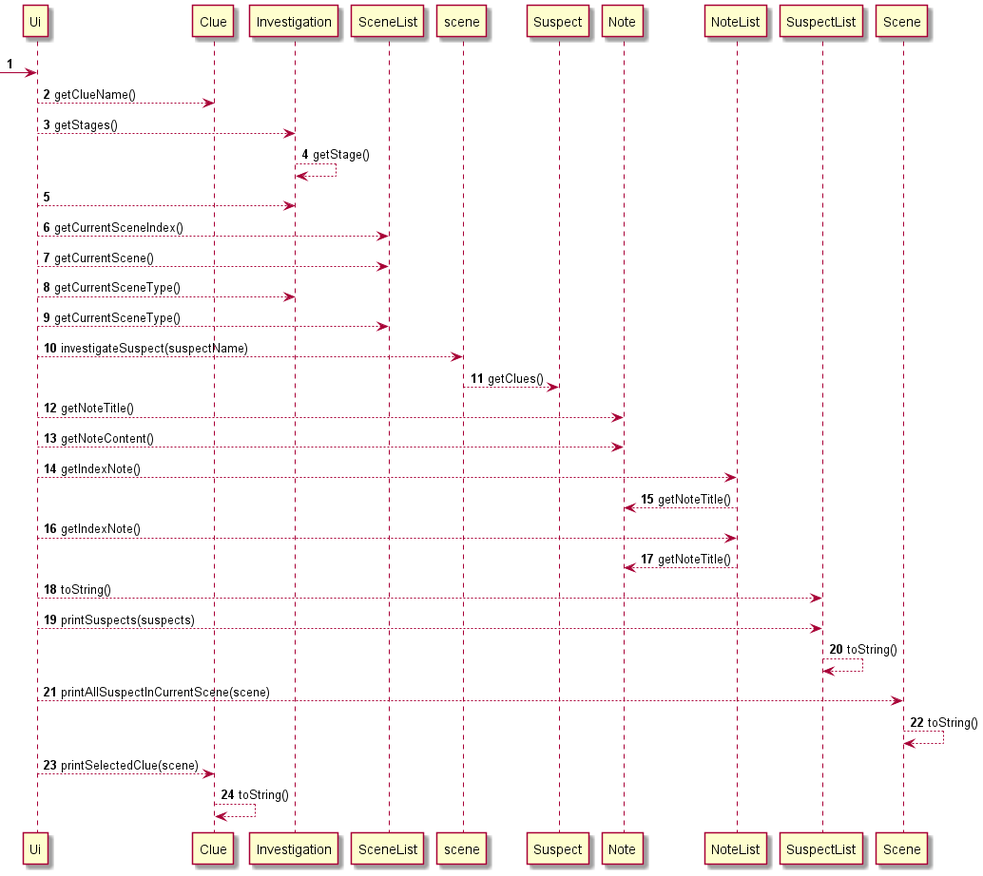
The PlantUML diagram docs/UiUML.png in peng-217/tp, before a commit. Source of this version:
```plantuml
@startuml

autonumber

 ->Ui:
Ui --> Clue:getClueName()
Ui --> Investigation : getStages()
Investigation --> Investigation:getStage()
Investigation <-- Ui
Ui --> SceneList:getCurrentSceneIndex()
Ui --> SceneList:getCurrentScene()
Ui --> Investigation:getCurrentSceneType()
Ui --> SceneList:getCurrentSceneType()
Ui --> scene:investigateSuspect(suspectName)
scene --> Suspect:getClues()
Ui --> Note: getNoteTitle()
Ui --> Note: getNoteContent()
Ui --> NoteList:getIndexNote()
NoteList --> Note: getNoteTitle()
Ui --> NoteList:getIndexNote()
NoteList --> Note: getNoteTitle()
Ui --> SuspectList:toString()
Ui --> SuspectList:printSuspects(suspects)
SuspectList --> SuspectList:toString()
Ui --> Scene:printAllSuspectInCurrentScene(scene)
Scene --> Scene: toString()
Ui --> Clue:printSelectedClue(scene)
Clue --> Clue: toString()




@enduml
```
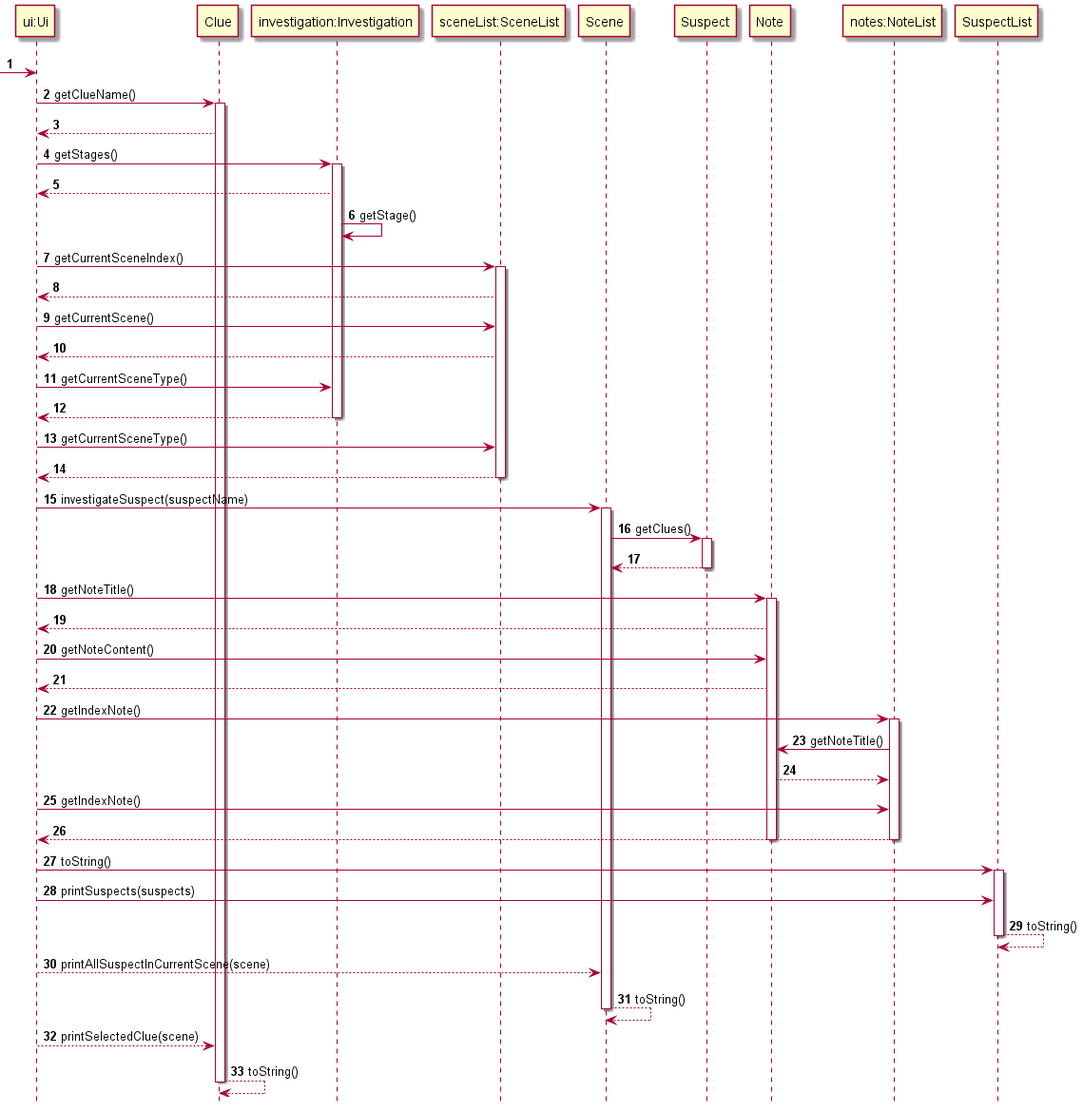
After the change.

Change to the diagram source:
```diff
@@ -1,31 +1,60 @@
 @startuml
 
 autonumber
+hide footbox
 
- ->Ui:
-Ui --> Clue:getClueName()
-Ui --> Investigation : getStages()
-Investigation --> Investigation:getStage()
-Investigation <-- Ui
-Ui --> SceneList:getCurrentSceneIndex()
-Ui --> SceneList:getCurrentScene()
-Ui --> Investigation:getCurrentSceneType()
-Ui --> SceneList:getCurrentSceneType()
-Ui --> scene:investigateSuspect(suspectName)
-scene --> Suspect:getClues()
-Ui --> Note: getNoteTitle()
-Ui --> Note: getNoteContent()
-Ui --> NoteList:getIndexNote()
-NoteList --> Note: getNoteTitle()
-Ui --> NoteList:getIndexNote()
-NoteList --> Note: getNoteTitle()
-Ui --> SuspectList:toString()
-Ui --> SuspectList:printSuspects(suspects)
+ ->"ui:Ui":
+"ui:Ui" -> Clue:getClueName()
+activate Clue
+Clue --> "ui:Ui"
+"ui:Ui" -> "investigation:Investigation" : getStages()
+activate "investigation:Investigation"
+"investigation:Investigation" --> "ui:Ui"
+"investigation:Investigation" -> "investigation:Investigation":getStage()
+"ui:Ui" -> "sceneList:SceneList":getCurrentSceneIndex()
+activate "sceneList:SceneList"
+"sceneList:SceneList" --> "ui:Ui"
+"ui:Ui" -> "sceneList:SceneList":getCurrentScene()
+"sceneList:SceneList" --> "ui:Ui"
+"ui:Ui" -> "investigation:Investigation":getCurrentSceneType()
+
+"investigation:Investigation" --> "ui:Ui"
+deactivate "investigation:Investigation"
+"ui:Ui" -> "sceneList:SceneList":getCurrentSceneType()
+"sceneList:SceneList"-->"ui:Ui"
+deactivate "sceneList:SceneList"
+"ui:Ui" -> Scene:investigateSuspect(suspectName)
+activate Scene
+Scene -> Suspect:getClues()
+activate Suspect
+Suspect-->Scene
+deactivate Suspect
+"ui:Ui" -> Note: getNoteTitle()
+activate Note
+Note --> "ui:Ui"
+"ui:Ui"-> Note: getNoteContent()
+Note --> "ui:Ui"
+"ui:Ui" -> "notes:NoteList":getIndexNote()
+activate "notes:NoteList"
+"notes:NoteList" -> Note: getNoteTitle()
+Note --> "notes:NoteList"
+"ui:Ui" -> "notes:NoteList":getIndexNote()
+"notes:NoteList" --> "ui:Ui"
+
+deactivate Note
+deactivate "notes:NoteList"
+"ui:Ui"-> SuspectList:toString()
+activate SuspectList
+
+"ui:Ui" -> SuspectList:printSuspects(suspects)
 SuspectList --> SuspectList:toString()
-Ui --> Scene:printAllSuspectInCurrentScene(scene)
+deactivate SuspectList
+"ui:Ui" --> Scene:printAllSuspectInCurrentScene(scene)
 Scene --> Scene: toString()
-Ui --> Clue:printSelectedClue(scene)
+deactivate Scene
+"ui:Ui" --> Clue:printSelectedClue(scene)
 Clue --> Clue: toString()
+deactivate Clue
 
 
 
```
